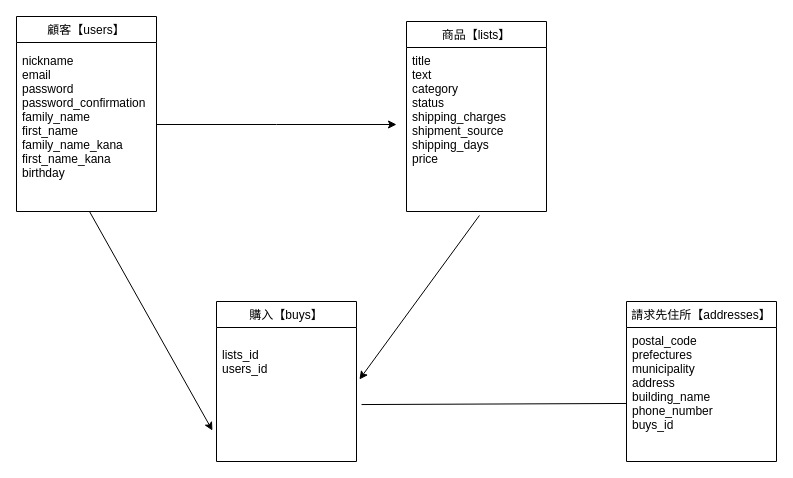
Before: ER.dio in ally1031/furima-29674, a draw.io diagram. Source tidied: cells renumbered, new cells numbered last; positions are measured from the earlier drawing's top-left corner, leaving out a move shared by most shapes. Both pictures are drawn from the tidied source at 100%, with x=0, y=0 at pixel (16, 16).
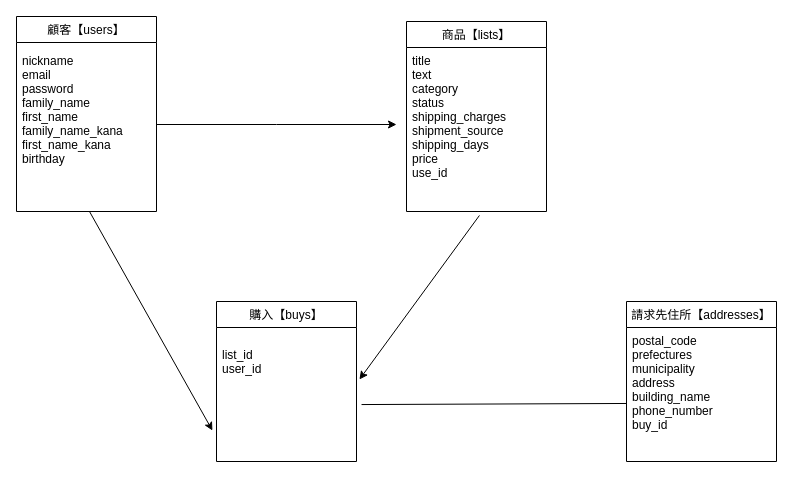
The same diagram, later.

Commit message (it also covers changes not shown here):
DB設計(README)の修正４

ER図
https://gyazo.com/b52a822d6f4fa5d7294ff3e7c81d8ca1

Change to the diagram source:
```diff
@@
 <mxGraphModel>
   <root>
     <mxCell id="0" />
     <mxCell id="1" parent="0" />
     <mxCell id="2" value="商品【lists】" style="swimlane;fontStyle=0;horizontal=1;startSize=26;fillColor=none;" parent="1" vertex="1">
       <mxGeometry x="390" y="5" width="140" height="190" as="geometry" />
     </mxCell>
-    <mxCell id="3" value="title&#10;text&#10;category&#10;status&#10;shipping_charges&#10;shipment_source&#10;shipping_days&#10;price&#10;" style="text;strokeColor=none;fillColor=none;align=left;verticalAlign=top;spacingLeft=4;spacingRight=4;overflow=hidden;points=[[0,0.5],[1,0.5]];portConstraint=eastwest;" parent="2" vertex="1">
+    <mxCell id="3" value="title&#10;text&#10;category&#10;status&#10;shipping_charges&#10;shipment_source&#10;shipping_days&#10;price&#10;use_id&#10;" style="text;strokeColor=none;fillColor=none;align=left;verticalAlign=top;spacingLeft=4;spacingRight=4;overflow=hidden;points=[[0,0.5],[1,0.5]];portConstraint=eastwest;" parent="2" vertex="1">
       <mxGeometry y="26" width="140" height="164" as="geometry" />
     </mxCell>
     <mxCell id="4" style="edgeStyle=orthogonalEdgeStyle;rounded=0;jettySize=auto;html=1;" parent="1" edge="1" source="5">
       <mxGeometry relative="1" as="geometry">
         <mxPoint x="380" y="108" as="targetPoint" />
       </mxGeometry>
     </mxCell>
-    <mxCell id="5" value="nickname&#10;email&#10;password&#10;password_confirmation&#10;family_name&#10;first_name&#10;family_name_kana&#10;first_name_kana&#10;birthday" style="text;strokeColor=none;fillColor=none;align=left;verticalAlign=top;spacingLeft=4;spacingRight=4;overflow=hidden;points=[[0,0.5],[1,0.5]];portConstraint=eastwest;" parent="1" vertex="1">
+    <mxCell id="5" value="nickname&#10;email&#10;password&#10;family_name&#10;first_name&#10;family_name_kana&#10;first_name_kana&#10;birthday" style="text;strokeColor=none;fillColor=none;align=left;verticalAlign=top;spacingLeft=4;spacingRight=4;overflow=hidden;points=[[0,0.5],[1,0.5]];portConstraint=eastwest;" parent="1" vertex="1">
       <mxGeometry y="31" width="140" height="154" as="geometry" />
     </mxCell>
     <mxCell id="6" value="購入【buys】" style="swimlane;fontStyle=0;horizontal=1;startSize=26;fillColor=none;" parent="1" vertex="1">
       <mxGeometry x="200" y="285" width="140" height="160" as="geometry" />
     </mxCell>
-    <mxCell id="7" value="&#10;lists_id&#10;users_id&#10;" style="text;strokeColor=none;fillColor=none;align=left;verticalAlign=top;spacingLeft=4;spacingRight=4;overflow=hidden;points=[[0,0.5],[1,0.5]];portConstraint=eastwest;" parent="6" vertex="1">
+    <mxCell id="7" value="&#10;list_id&#10;user_id&#10;" style="text;strokeColor=none;fillColor=none;align=left;verticalAlign=top;spacingLeft=4;spacingRight=4;overflow=hidden;points=[[0,0.5],[1,0.5]];portConstraint=eastwest;" parent="6" vertex="1">
       <mxGeometry y="26" width="140" height="134" as="geometry" />
     </mxCell>
     <mxCell id="8" style="endArrow=classic;html=1;entryX=-0.029;entryY=0.769;entryDx=0;entryDy=0;entryPerimeter=0;" parent="1" edge="1" target="7">
       <mxGeometry relative="1" as="geometry">
         <mxPoint x="73" y="195" as="sourcePoint" />
       </mxGeometry>
     </mxCell>
     <mxCell id="9" value="顧客【users】" style="swimlane;fontStyle=0;horizontal=1;startSize=26;fillColor=none;" parent="1" vertex="1">
       <mxGeometry width="140" height="195" as="geometry" />
     </mxCell>
     <mxCell id="10" value="請求先住所【addresses】" style="swimlane;fontStyle=0;horizontal=1;startSize=26;fillColor=none;" parent="1" vertex="1">
       <mxGeometry x="610" y="285" width="150" height="160" as="geometry" />
     </mxCell>
-    <mxCell id="11" value="postal_code&#10;prefectures&#10;municipality&#10;address&#10;building_name&#10;phone_number&#10;buys_id" style="text;strokeColor=none;fillColor=none;align=left;verticalAlign=top;spacingLeft=4;spacingRight=4;overflow=hidden;points=[[0,0.5],[1,0.5]];portConstraint=eastwest;" parent="10" vertex="1">
+    <mxCell id="11" value="postal_code&#10;prefectures&#10;municipality&#10;address&#10;building_name&#10;phone_number&#10;buy_id" style="text;strokeColor=none;fillColor=none;align=left;verticalAlign=top;spacingLeft=4;spacingRight=4;overflow=hidden;points=[[0,0.5],[1,0.5]];portConstraint=eastwest;" parent="10" vertex="1">
       <mxGeometry y="26" width="150" height="134" as="geometry" />
     </mxCell>
     <mxCell id="12" style="endArrow=none;html=1;entryX=0;entryY=0.567;entryDx=0;entryDy=0;exitX=1.036;exitY=0.575;exitDx=0;exitDy=0;exitPerimeter=0;entryPerimeter=0;" parent="1" edge="1" source="7" target="11">
       <mxGeometry relative="1" as="geometry" />
     </mxCell>
     <mxCell id="13" style="endArrow=classic;html=1;entryX=1.021;entryY=0.388;entryDx=0;entryDy=0;entryPerimeter=0;exitX=0.521;exitY=1.024;exitDx=0;exitDy=0;exitPerimeter=0;" parent="1" edge="1" source="3" target="7">
       <mxGeometry relative="1" as="geometry" />
     </mxCell>
   </root>
 </mxGraphModel>
```
